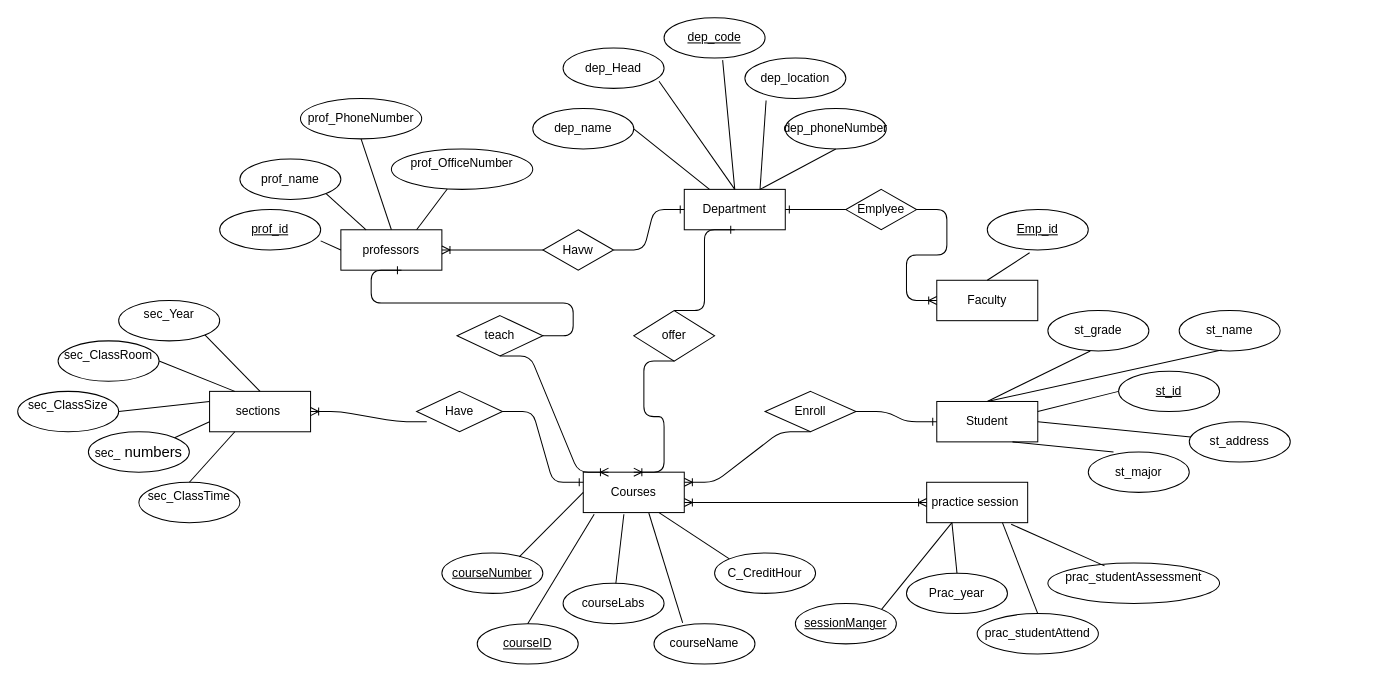
The draw.io diagram yasmin/Untitled Diagram.drawio in yassmiin/yasminproject, before the edit. Source tidied: cells renumbered, new cells numbered last; positions are measured from the earlier drawing's top-left corner, leaving out a move shared by most shapes. Both pictures are drawn from the tidied source at 101%, with x=0, y=0 at pixel (17, 17).
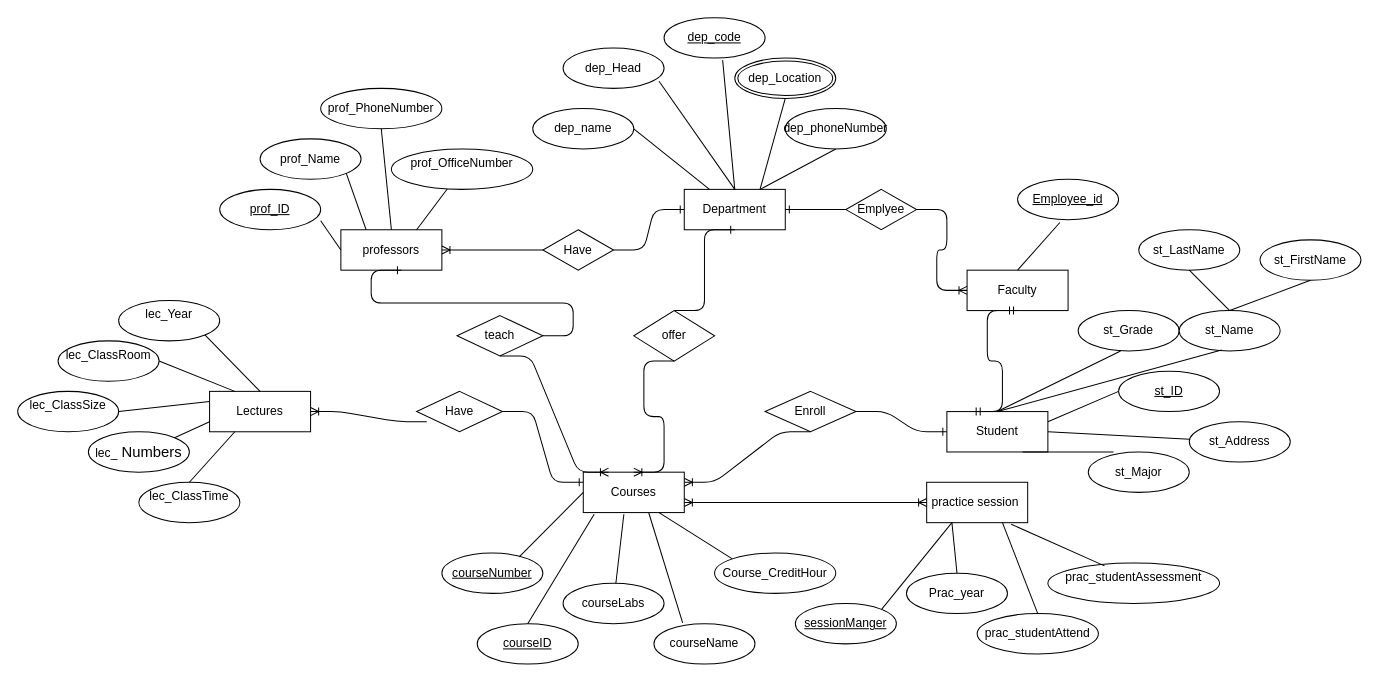
Above is the later version.

Commit message:
Student registration system

Unchanged cells that the change refers to:
```xml
<mxCell id="2" value="Department" style="whiteSpace=wrap;html=1;align=center;" parent="1" vertex="1">
  <mxGeometry x="660" y="170" width="100" height="40" as="geometry" />
</mxCell>
```

Diff of the diagram source:
```diff
@@
-    <mxCell id="3" value="sections&amp;nbsp;" style="whiteSpace=wrap;html=1;align=center;" parent="1" vertex="1">
+    <mxCell id="3" value="Lectures" style="whiteSpace=wrap;html=1;align=center;" parent="1" vertex="1">
       <mxGeometry x="190" y="370" width="100" height="40" as="geometry" />
     </mxCell>
@@
     <mxCell id="7" value="Student" style="whiteSpace=wrap;html=1;align=center;" parent="1" vertex="1">
-      <mxGeometry x="910" y="380" width="100" height="40" as="geometry" />
+      <mxGeometry x="920" y="390" width="100" height="40" as="geometry" />
     </mxCell>
-    <mxCell id="8" value="prof_id" style="ellipse;whiteSpace=wrap;html=1;align=center;fontStyle=4;" parent="1" vertex="1">
-      <mxGeometry x="200" y="190" width="100" height="40" as="geometry" />
+    <mxCell id="8" value="prof_ID" style="ellipse;whiteSpace=wrap;html=1;align=center;fontStyle=4;" parent="1" vertex="1">
+      <mxGeometry x="200" y="170" width="100" height="40" as="geometry" />
     </mxCell>
-    <mxCell id="9" value="prof_name" style="ellipse;whiteSpace=wrap;html=1;align=center;" parent="1" vertex="1">
-      <mxGeometry x="220" y="140" width="100" height="40" as="geometry" />
+    <mxCell id="9" value="prof_Name" style="ellipse;whiteSpace=wrap;html=1;align=center;" parent="1" vertex="1">
+      <mxGeometry x="240" y="120" width="100" height="40" as="geometry" />
     </mxCell>
@@
     <mxCell id="11" value="prof_PhoneNumber" style="ellipse;whiteSpace=wrap;html=1;align=center;" parent="1" vertex="1">
-      <mxGeometry x="280" y="80" width="120" height="40" as="geometry" />
+      <mxGeometry x="300" y="70" width="120" height="40" as="geometry" />
     </mxCell>
@@
-    <mxCell id="16" value="sec_&lt;span&gt;ClassRoom&lt;/span&gt;&lt;p class=&quot;MsoNormal&quot;&gt;&lt;/p&gt;" style="ellipse;whiteSpace=wrap;html=1;align=center;" parent="1" vertex="1">
+    <mxCell id="16" value="lec_&lt;span&gt;ClassRoom&lt;/span&gt;&lt;p class=&quot;MsoNormal&quot;&gt;&lt;/p&gt;" style="ellipse;whiteSpace=wrap;html=1;align=center;" parent="1" vertex="1">
       <mxGeometry x="40" y="320" width="100" height="40" as="geometry" />
     </mxCell>
-    <mxCell id="17" value="sec_&lt;span&gt;Year&lt;/span&gt;&lt;p class=&quot;MsoNormal&quot;&gt;&lt;/p&gt;" style="ellipse;whiteSpace=wrap;html=1;align=center;" parent="1" vertex="1">
+    <mxCell id="17" value="lec_&lt;span&gt;Year&lt;/span&gt;&lt;p class=&quot;MsoNormal&quot;&gt;&lt;/p&gt;" style="ellipse;whiteSpace=wrap;html=1;align=center;" parent="1" vertex="1">
       <mxGeometry x="100" y="280" width="100" height="40" as="geometry" />
     </mxCell>
-    <mxCell id="18" value="sec_&lt;span&gt;ClassSize&lt;/span&gt;&lt;p class=&quot;MsoNormal&quot;&gt;&lt;/p&gt;" style="ellipse;whiteSpace=wrap;html=1;align=center;" parent="1" vertex="1">
+    <mxCell id="18" value="lec_&lt;span&gt;ClassSize&lt;/span&gt;&lt;p class=&quot;MsoNormal&quot;&gt;&lt;/p&gt;" style="ellipse;whiteSpace=wrap;html=1;align=center;" parent="1" vertex="1">
       <mxGeometry y="370" width="100" height="40" as="geometry" />
     </mxCell>
-    <mxCell id="19" value="sec_&lt;span&gt;ClassTime&lt;/span&gt;&lt;p class=&quot;MsoNormal&quot;&gt;&lt;/p&gt;" style="ellipse;whiteSpace=wrap;html=1;align=center;" parent="1" vertex="1">
+    <mxCell id="19" value="lec_&lt;span&gt;ClassTime&lt;/span&gt;&lt;p class=&quot;MsoNormal&quot;&gt;&lt;/p&gt;" style="ellipse;whiteSpace=wrap;html=1;align=center;" parent="1" vertex="1">
       <mxGeometry x="120" y="460" width="100" height="40" as="geometry" />
     </mxCell>
-    <mxCell id="20" value="sec_&lt;span style=&quot;font-size: 11.0pt ; line-height: 107% ; font-family: &amp;#34;calibri&amp;#34; , sans-serif&quot;&gt;&amp;nbsp;numbers&lt;/span&gt;" style="ellipse;whiteSpace=wrap;html=1;align=center;" parent="1" vertex="1">
+    <mxCell id="20" value="lec_&lt;span style=&quot;font-size: 11.0pt ; line-height: 107% ; font-family: &amp;#34;calibri&amp;#34; , sans-serif&quot;&gt;&amp;nbsp;Numbers&lt;/span&gt;" style="ellipse;whiteSpace=wrap;html=1;align=center;" parent="1" vertex="1">
       <mxGeometry x="70" y="410" width="100" height="40" as="geometry" />
     </mxCell>
@@
-    <mxCell id="28" value="dep_location" style="ellipse;whiteSpace=wrap;html=1;align=center;" parent="1" vertex="1">
-      <mxGeometry x="720" y="40" width="100" height="40" as="geometry" />
-    </mxCell>
@@
-    <mxCell id="34" style="endArrow=none;html=1;rounded=0;entryX=0.21;entryY=1.05;entryDx=0;entryDy=0;entryPerimeter=0;exitX=0.75;exitY=0;exitDx=0;exitDy=0;" parent="1" edge="1" source="2" target="28">
+    <mxCell id="34" style="endArrow=none;html=1;rounded=0;entryX=0.5;entryY=1;entryDx=0;entryDy=0;exitX=0.75;exitY=0;exitDx=0;exitDy=0;" parent="1" edge="1" source="2" target="86">
       <mxGeometry relative="1" as="geometry" />
     </mxCell>
@@
-    <mxCell id="36" value="st_grade" style="ellipse;whiteSpace=wrap;html=1;align=center;" parent="1" vertex="1">
-      <mxGeometry x="1020" y="290" width="100" height="40" as="geometry" />
+    <mxCell id="36" value="st_Grade" style="ellipse;whiteSpace=wrap;html=1;align=center;" parent="1" vertex="1">
+      <mxGeometry x="1050" y="290" width="100" height="40" as="geometry" />
     </mxCell>
-    <mxCell id="37" value="st_major" style="ellipse;whiteSpace=wrap;html=1;align=center;" parent="1" vertex="1">
+    <mxCell id="37" value="st_Major" style="ellipse;whiteSpace=wrap;html=1;align=center;" parent="1" vertex="1">
       <mxGeometry x="1060" y="430" width="100" height="40" as="geometry" />
     </mxCell>
-    <mxCell id="38" value="st_address" style="ellipse;whiteSpace=wrap;html=1;align=center;" parent="1" vertex="1">
+    <mxCell id="38" value="st_Address" style="ellipse;whiteSpace=wrap;html=1;align=center;" parent="1" vertex="1">
       <mxGeometry x="1160" y="400" width="100" height="40" as="geometry" />
     </mxCell>
-    <mxCell id="39" value="st_name" style="ellipse;whiteSpace=wrap;html=1;align=center;" parent="1" vertex="1">
+    <mxCell id="39" value="st_Name" style="ellipse;whiteSpace=wrap;html=1;align=center;" parent="1" vertex="1">
       <mxGeometry x="1150" y="290" width="100" height="40" as="geometry" />
     </mxCell>
-    <mxCell id="40" value="st_id" style="ellipse;whiteSpace=wrap;html=1;align=center;fontStyle=4;" parent="1" vertex="1">
+    <mxCell id="40" value="st_ID" style="ellipse;whiteSpace=wrap;html=1;align=center;fontStyle=4;" parent="1" vertex="1">
       <mxGeometry x="1090" y="350" width="100" height="40" as="geometry" />
     </mxCell>
@@
-    <mxCell id="48" value="C_CreditHour" style="ellipse;whiteSpace=wrap;html=1;align=center;" parent="1" vertex="1">
-      <mxGeometry x="690" y="530" width="100" height="40" as="geometry" />
+    <mxCell id="48" value="Course_CreditHour" style="ellipse;whiteSpace=wrap;html=1;align=center;" parent="1" vertex="1">
+      <mxGeometry x="690" y="530" width="120" height="40" as="geometry" />
     </mxCell>
@@
     <mxCell id="56" value="Faculty" style="whiteSpace=wrap;html=1;align=center;" parent="1" vertex="1">
-      <mxGeometry x="910" y="260" width="100" height="40" as="geometry" />
+      <mxGeometry x="940" y="250" width="100" height="40" as="geometry" />
     </mxCell>
-    <mxCell id="57" value="Emp_id" style="ellipse;whiteSpace=wrap;html=1;align=center;fontStyle=4;" parent="1" vertex="1">
-      <mxGeometry x="960" y="190" width="100" height="40" as="geometry" />
+    <mxCell id="57" value="Employee_id" style="ellipse;whiteSpace=wrap;html=1;align=center;fontStyle=4;" parent="1" vertex="1">
+      <mxGeometry x="990" y="160" width="100" height="40" as="geometry" />
     </mxCell>
@@
-    <mxCell id="80" value="Havw" style="shape=rhombus;perimeter=rhombusPerimeter;whiteSpace=wrap;html=1;align=center;" parent="1" vertex="1">
+    <mxCell id="80" value="Have" style="shape=rhombus;perimeter=rhombusPerimeter;whiteSpace=wrap;html=1;align=center;" parent="1" vertex="1">
       <mxGeometry x="520" y="210" width="70" height="40" as="geometry" />
     </mxCell>
@@
+    <mxCell id="86" value="dep_Location" style="ellipse;shape=doubleEllipse;margin=3;whiteSpace=wrap;html=1;align=center;" parent="1" vertex="1">
+      <mxGeometry x="710" y="40" width="100" height="40" as="geometry" />
+    </mxCell>
+    <mxCell id="87" value="st_LastName" style="ellipse;whiteSpace=wrap;html=1;align=center;" parent="1" vertex="1">
+      <mxGeometry x="1110" y="210" width="100" height="40" as="geometry" />
+    </mxCell>
+    <mxCell id="88" value="st_FirstName" style="ellipse;whiteSpace=wrap;html=1;align=center;" parent="1" vertex="1">
+      <mxGeometry x="1230" y="220" width="100" height="40" as="geometry" />
+    </mxCell>
+    <mxCell id="89" style="endArrow=none;html=1;rounded=0;entryX=0.5;entryY=1;entryDx=0;entryDy=0;exitX=0.5;exitY=0;exitDx=0;exitDy=0;" parent="1" edge="1" source="39" target="88">
+      <mxGeometry relative="1" as="geometry" />
+    </mxCell>
+    <mxCell id="90" style="endArrow=none;html=1;rounded=0;entryX=0.5;entryY=1;entryDx=0;entryDy=0;exitX=0.5;exitY=0;exitDx=0;exitDy=0;" parent="1" edge="1" source="39" target="87">
+      <mxGeometry relative="1" as="geometry" />
+    </mxCell>
+    <mxCell id="91" style="edgeStyle=entityRelationEdgeStyle;fontSize=12;html=1;endArrow=ERmandOne;startArrow=ERmandOne;entryX=0.5;entryY=1;entryDx=0;entryDy=0;exitX=0.25;exitY=0;exitDx=0;exitDy=0;" parent="1" edge="1" source="7" target="56">
+      <mxGeometry relative="1" as="geometry" />
+    </mxCell>
```
